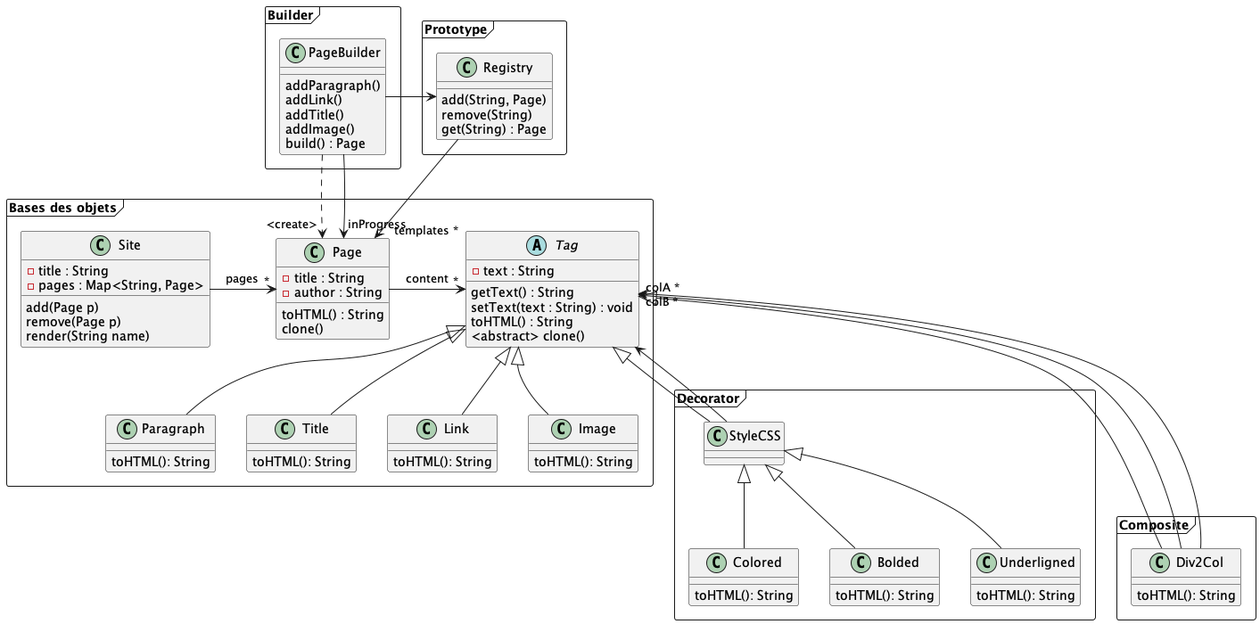
florentBourgeois/ENSISA2022_CMS keeps this PlantUML diagram as Documentation/CMS_UML.png. Above is the earlier version.
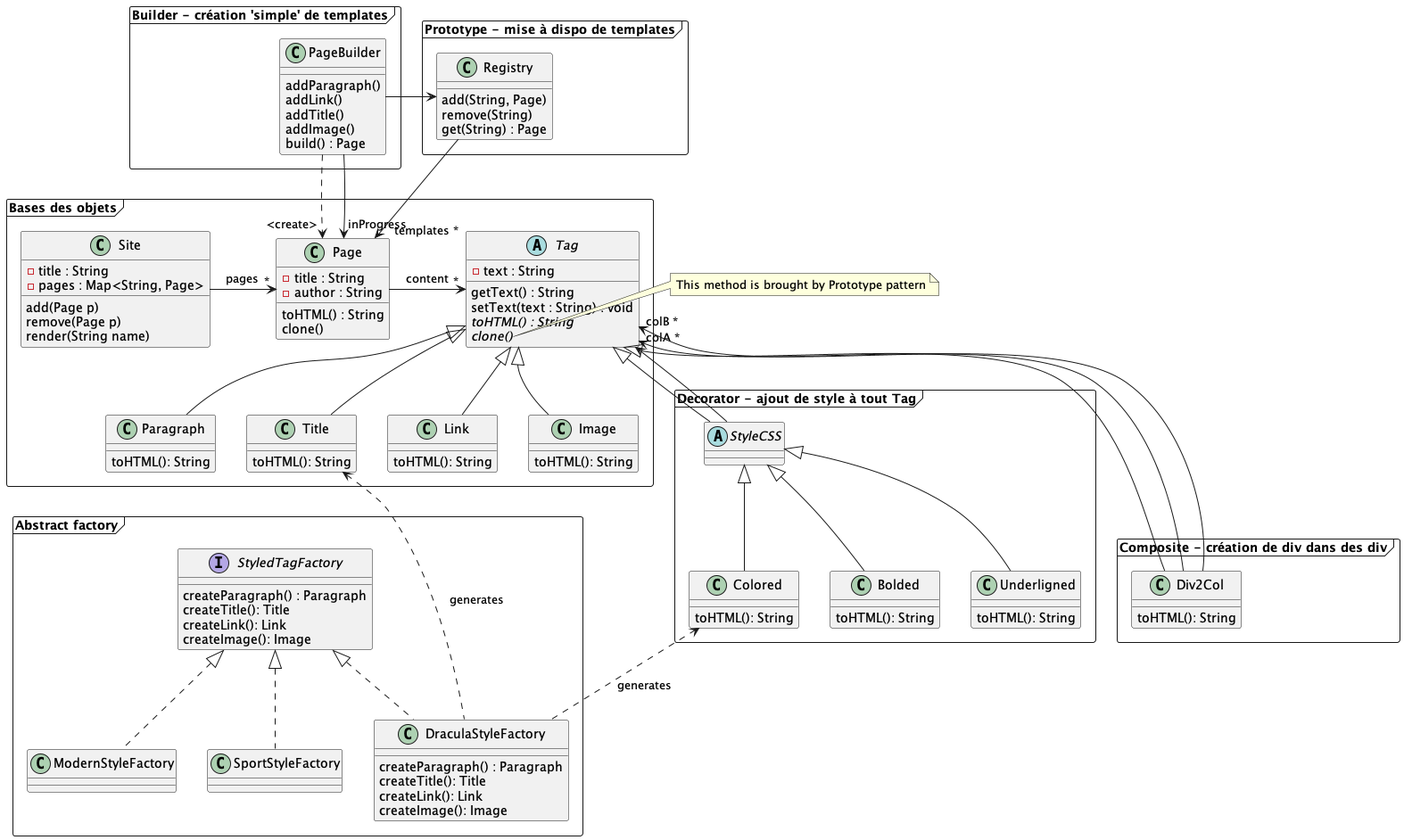
After the commit.

Commit message:
maj uml picture + patch minor errors

Diff of the diagram source:
```diff
@@ -13,7 +13,7 @@
         - text : String
         getText() : String
         setText(text : String) : void
-        toHTML() : String
+        {abstract} toHTML() : String
     }
 
     Tag <|-- Paragraph
@@ -39,7 +39,7 @@
 
 }
 
-package "Composite" <<Frame>> {
+package "Composite - création de div dans des div" <<Frame>> {
 
     class Div2Col {
 
@@ -53,8 +53,9 @@
 
 }
 
-package "Decorator" <<Frame>> {
+package "Decorator - ajout de style à tout Tag" <<Frame>> {
 
+    abstract class StyleCSS
     Tag <|-- StyleCSS
     Tag <-- StyleCSS
 
@@ -69,7 +70,7 @@
 }
 
 
-package "Prototype" <<Frame>> {
+package "Prototype - mise à dispo de templates" <<Frame>> {
     Page : clone()
 
     Registry --> "templates *" Page
@@ -79,10 +80,13 @@
         get(String) : Page
     }
 
-    Tag : <abstract> clone()
+    Tag : {abstract} clone()
 }
+    note right of Tag::clone
+      This method is brought by Prototype pattern
+    end note
 
-package "Builder" <<Frame>> {
+package "Builder - création 'simple' de templates" <<Frame>> {
       class PageBuilder {
         addParagraph()
         addLink()
@@ -96,4 +100,33 @@
       PageBuilder -> "inProgress" Page
 }
 
+
+package "Abstract factory" <<Frame>> {
+
+    interface StyledTagFactory {
+        createParagraph() : Paragraph
+        createTitle(): Title
+        createLink(): Link
+        createImage(): Image
+    }
+
+    StyledTagFactory <|.. DraculaStyleFactory
+    StyledTagFactory <|.. ModernStyleFactory
+    StyledTagFactory <|.. SportStyleFactory
+
+    class DraculaStyleFactory {
+    createParagraph() : Paragraph
+            createTitle(): Title
+            createLink(): Link
+            createImage(): Image
+    }
+
+
+     Colored <.. DraculaStyleFactory : "generates"
+     Title <.. DraculaStyleFactory : "generates"
+
+
+
+}
+
 @enduml
```
